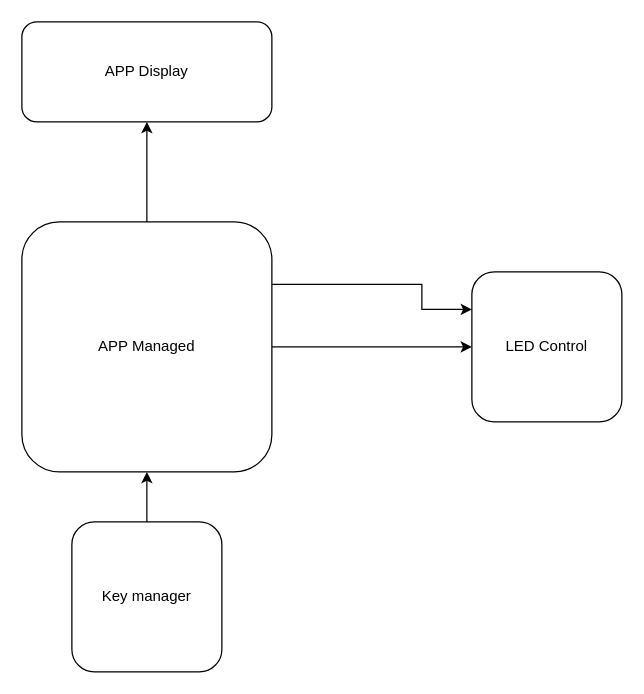
Before: page "Página-2" (2 of 2) of Doc/DiagramaDoHarwareHighLevel.drawio in evandro-teixeira/LED_Sign_Controller, a draw.io diagram. Source tidied: cells renumbered, new cells numbered last; positions are measured from the earlier drawing's top-left corner, leaving out a move shared by most shapes. Both pictures are drawn from the tidied source at 125%, with x=0, y=0 at pixel (21, 21).
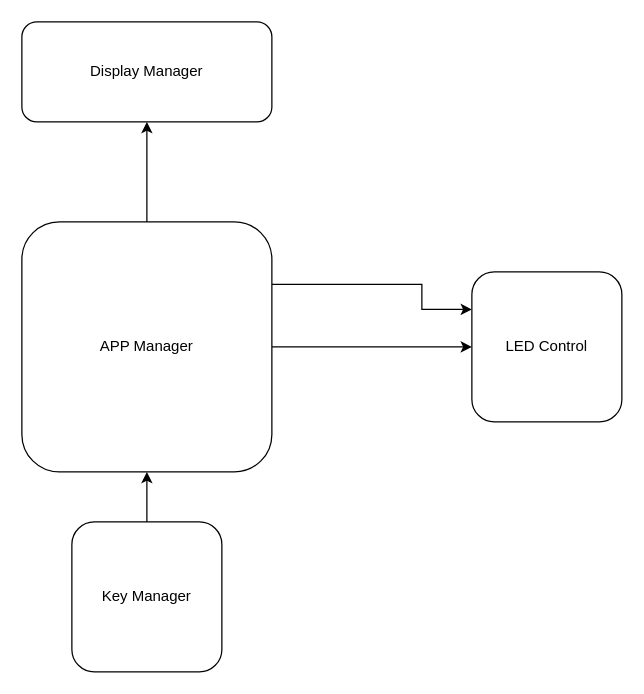
The same diagram, later.

The edit, as a diff of the source:
```diff
@@
 <mxGraphModel>
   <root>
     <mxCell id="0" />
     <mxCell id="1" parent="0" />
     <mxCell id="2" value="LED Control" style="rounded=1;whiteSpace=wrap;html=1;" parent="1" vertex="1">
       <mxGeometry x="360" y="200" width="120" height="120" as="geometry" />
     </mxCell>
     <mxCell id="3" style="edgeStyle=orthogonalEdgeStyle;rounded=0;jettySize=auto;html=1;exitX=1;exitY=0.5;exitDx=0;exitDy=0;entryX=0;entryY=0.5;entryDx=0;entryDy=0;" parent="1" edge="1" source="6" target="2">
       <mxGeometry relative="1" as="geometry" />
     </mxCell>
     <mxCell id="4" style="edgeStyle=orthogonalEdgeStyle;rounded=0;jettySize=auto;html=1;exitX=1;exitY=0.25;exitDx=0;exitDy=0;entryX=0;entryY=0.25;entryDx=0;entryDy=0;" parent="1" edge="1" source="6" target="2">
       <mxGeometry relative="1" as="geometry">
         <Array as="points">
           <mxPoint x="320" y="210" />
           <mxPoint x="320" y="230" />
         </Array>
       </mxGeometry>
     </mxCell>
     <mxCell id="5" style="edgeStyle=orthogonalEdgeStyle;rounded=0;jettySize=auto;html=1;exitX=0.5;exitY=0;exitDx=0;exitDy=0;entryX=0.5;entryY=1;entryDx=0;entryDy=0;" parent="1" edge="1" source="6" target="9">
       <mxGeometry relative="1" as="geometry" />
     </mxCell>
-    <mxCell id="6" value="APP Managed" style="rounded=1;whiteSpace=wrap;html=1;" parent="1" vertex="1">
+    <mxCell id="6" value="APP Manager" style="rounded=1;whiteSpace=wrap;html=1;" parent="1" vertex="1">
       <mxGeometry y="160" width="200" height="200" as="geometry" />
     </mxCell>
     <mxCell id="7" style="edgeStyle=orthogonalEdgeStyle;rounded=0;jettySize=auto;html=1;exitX=0.5;exitY=0;exitDx=0;exitDy=0;entryX=0.5;entryY=1;entryDx=0;entryDy=0;" parent="1" edge="1" source="8" target="6">
       <mxGeometry relative="1" as="geometry" />
     </mxCell>
-    <mxCell id="8" value="Key manager" style="rounded=1;whiteSpace=wrap;html=1;" parent="1" vertex="1">
+    <mxCell id="8" value="Key Manager" style="rounded=1;whiteSpace=wrap;html=1;" parent="1" vertex="1">
       <mxGeometry x="40" y="400" width="120" height="120" as="geometry" />
     </mxCell>
-    <mxCell id="9" value="APP Display" style="rounded=1;whiteSpace=wrap;html=1;" parent="1" vertex="1">
+    <mxCell id="9" value="Display Manager" style="rounded=1;whiteSpace=wrap;html=1;" parent="1" vertex="1">
       <mxGeometry width="200" height="80" as="geometry" />
     </mxCell>
   </root>
 </mxGraphModel>
```
